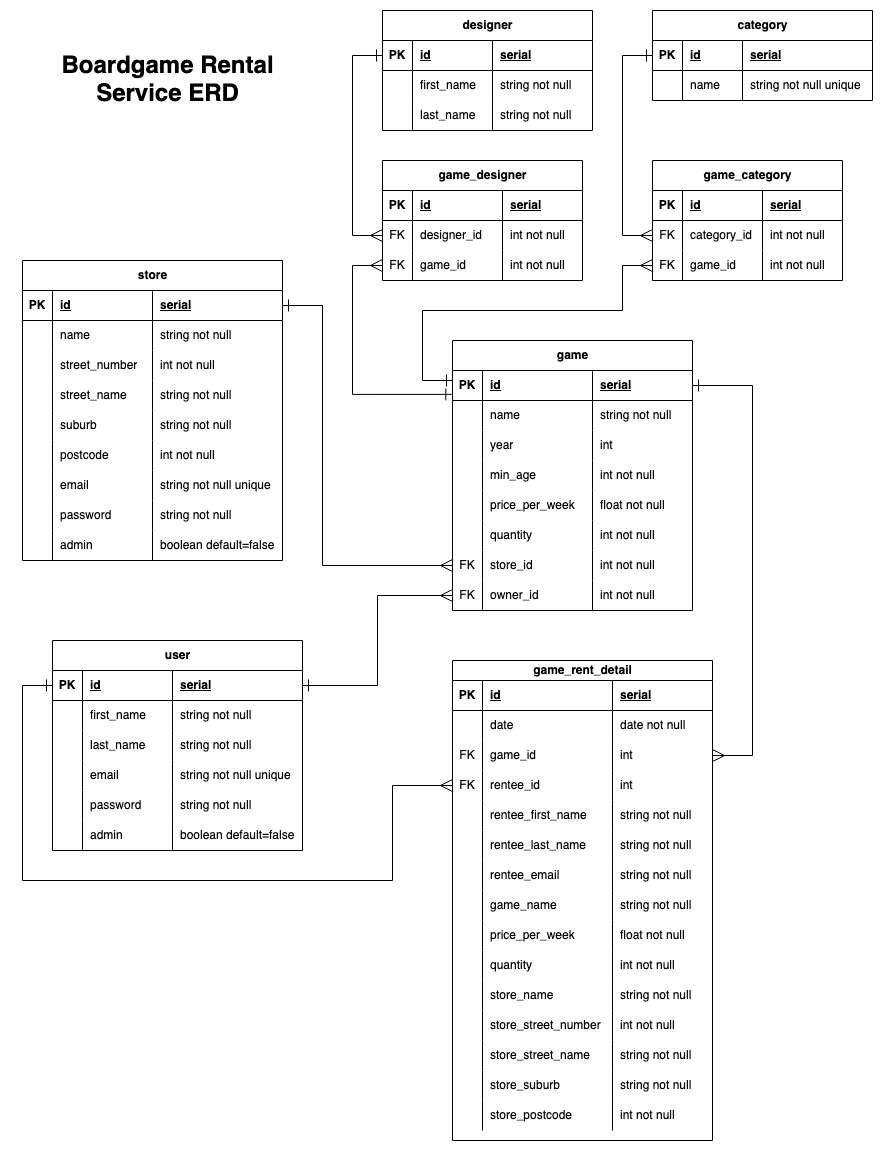
This is docs/erd_t2a2.png from jophc1/JoshuaPhillips_T2A2, a draw.io export, as it was before one commit. Source tidied: cells renumbered, new cells last; positions are measured from the earlier drawing's top-left corner, leaving out a move shared by most shapes.
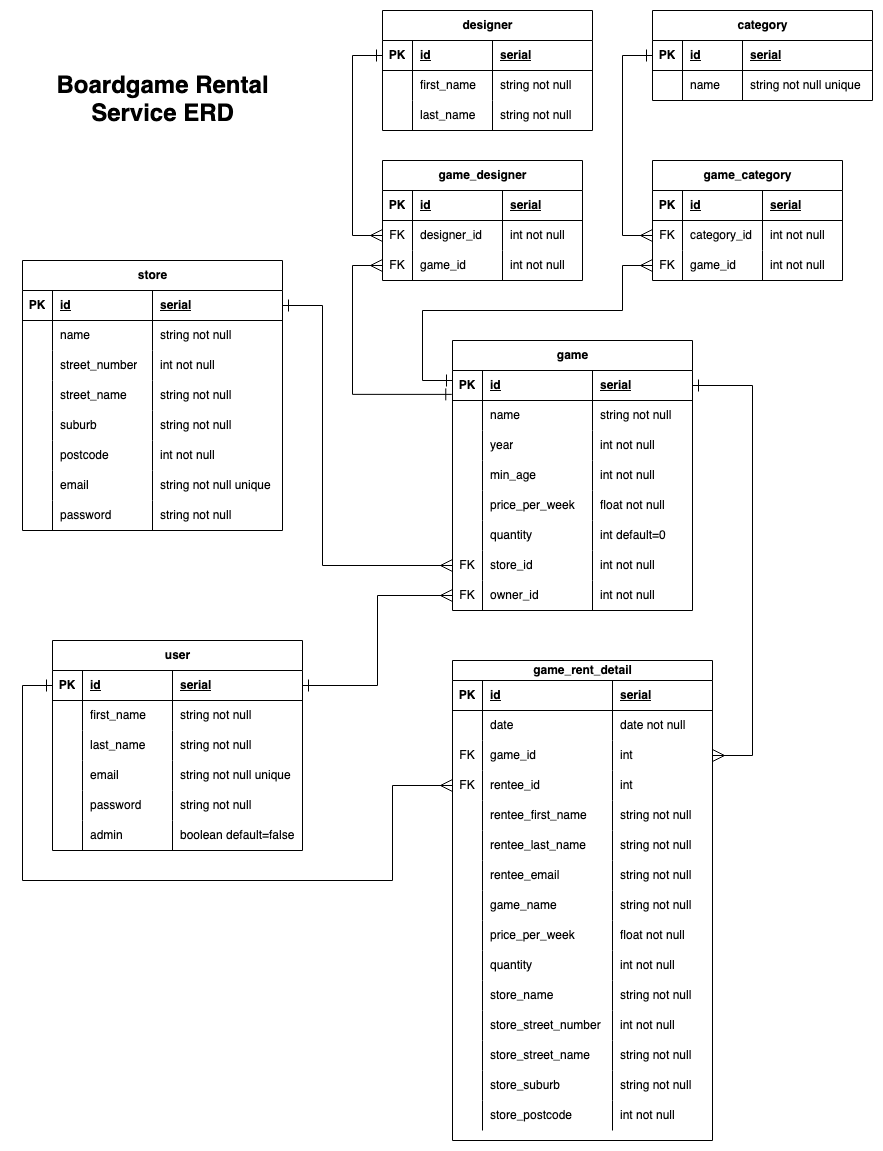
Above is the later version.

The edit, as a diff of the source:
```diff
@@ -222,7 +222,7 @@
       <mxGeometry x="110" width="80" height="30" as="geometry" />
     </mxCell>
     <mxCell id="75" value="store" style="shape=table;startSize=30;rowLines=0;fontStyle=1;align=center;html=1;" parent="1" vertex="1">
-      <mxGeometry y="250" width="260" height="300" as="geometry" />
+      <mxGeometry y="250" width="260" height="270" as="geometry" />
     </mxCell>
     <mxCell id="76" style="shape=tableRow;horizontal=0;startSize=0;swimlaneHead=0;swimlaneBody=0;fillColor=none;points=[[0,0.5],[1,0.5]];portConstraint=eastwest;top=0;left=0;right=0;bottom=1;" parent="75" vertex="1">
       <mxGeometry y="30" width="260" height="30" as="geometry" />
@@ -320,18 +320,6 @@
     <mxCell id="107" value="string not null" style="shape=partialRectangle;fillColor=none;top=0;left=0;bottom=0;right=0;align=left;spacingLeft=6;overflow=hidden;whiteSpace=wrap;html=1;" parent="104" vertex="1">
       <mxGeometry x="130" width="130" height="30" as="geometry" />
     </mxCell>
-    <mxCell id="108" style="shape=tableRow;horizontal=0;startSize=0;swimlaneHead=0;swimlaneBody=0;fillColor=none;top=0;left=0;right=0;bottom=0;" parent="75" vertex="1">
-      <mxGeometry y="270" width="260" height="30" as="geometry" />
-    </mxCell>
-    <mxCell id="109" style="shape=partialRectangle;fillColor=none;top=0;left=0;bottom=0;right=0;overflow=hidden;whiteSpace=wrap;html=1;" parent="108" vertex="1">
-      <mxGeometry width="30" height="30" as="geometry" />
-    </mxCell>
-    <mxCell id="110" value="admin" style="shape=partialRectangle;fillColor=none;top=0;left=0;bottom=0;right=0;align=left;spacingLeft=6;overflow=hidden;whiteSpace=wrap;html=1;" parent="108" vertex="1">
-      <mxGeometry x="30" width="100" height="30" as="geometry" />
-    </mxCell>
-    <mxCell id="111" value="boolean default=false" style="shape=partialRectangle;fillColor=none;top=0;left=0;bottom=0;right=0;align=left;spacingLeft=6;overflow=hidden;whiteSpace=wrap;html=1;" parent="108" vertex="1">
-      <mxGeometry x="130" width="130" height="30" as="geometry" />
-    </mxCell>
     <mxCell id="112" value="game" style="shape=table;startSize=30;rowLines=0;fontStyle=1;align=center;html=1;" parent="1" vertex="1">
       <mxGeometry x="430" y="330" width="240" height="270" as="geometry" />
     </mxCell>
@@ -368,7 +356,7 @@
     <mxCell id="123" value="year" style="shape=partialRectangle;fillColor=none;top=0;left=0;bottom=0;right=0;align=left;spacingLeft=6;overflow=hidden;whiteSpace=wrap;html=1;" parent="121" vertex="1">
       <mxGeometry x="30" width="110" height="30" as="geometry" />
     </mxCell>
-    <mxCell id="124" value="int" style="shape=partialRectangle;fillColor=none;top=0;left=0;bottom=0;right=0;align=left;spacingLeft=6;overflow=hidden;whiteSpace=wrap;html=1;" parent="121" vertex="1">
+    <mxCell id="124" value="int not null" style="shape=partialRectangle;fillColor=none;top=0;left=0;bottom=0;right=0;align=left;spacingLeft=6;overflow=hidden;whiteSpace=wrap;html=1;" parent="121" vertex="1">
       <mxGeometry x="140" width="100" height="30" as="geometry" />
     </mxCell>
     <mxCell id="125" style="shape=tableRow;horizontal=0;startSize=0;swimlaneHead=0;swimlaneBody=0;fillColor=none;top=0;left=0;right=0;bottom=0;" parent="112" vertex="1">
@@ -404,7 +392,7 @@
     <mxCell id="135" value="quantity" style="shape=partialRectangle;fillColor=none;top=0;left=0;bottom=0;right=0;align=left;spacingLeft=6;overflow=hidden;whiteSpace=wrap;html=1;" parent="133" vertex="1">
       <mxGeometry x="30" width="110" height="30" as="geometry" />
     </mxCell>
-    <mxCell id="136" value="int not null" style="shape=partialRectangle;fillColor=none;top=0;left=0;bottom=0;right=0;align=left;spacingLeft=6;overflow=hidden;whiteSpace=wrap;html=1;" parent="133" vertex="1">
+    <mxCell id="136" value="int default=0" style="shape=partialRectangle;fillColor=none;top=0;left=0;bottom=0;right=0;align=left;spacingLeft=6;overflow=hidden;whiteSpace=wrap;html=1;" parent="133" vertex="1">
       <mxGeometry x="140" width="100" height="30" as="geometry" />
     </mxCell>
     <mxCell id="137" style="shape=tableRow;horizontal=0;startSize=0;swimlaneHead=0;swimlaneBody=0;fillColor=none;points=[[0,0.5],[1,0.5]];portConstraint=eastwest;top=0;left=0;right=0;bottom=0;" parent="112" vertex="1">
@@ -679,7 +667,7 @@
       </mxGeometry>
     </mxCell>
     <mxCell id="214" value="&lt;div&gt;Boardgame Rental &lt;br&gt;&lt;/div&gt;&lt;div&gt;Service ERD&lt;/div&gt;" style="text;strokeColor=none;fillColor=none;html=1;fontSize=24;fontStyle=1;verticalAlign=middle;align=center;" parent="1" vertex="1">
-      <mxGeometry x="25" y="20" width="240" height="100" as="geometry" />
+      <mxGeometry x="20" y="40" width="240" height="100" as="geometry" />
     </mxCell>
   </root>
 </mxGraphModel>
```
